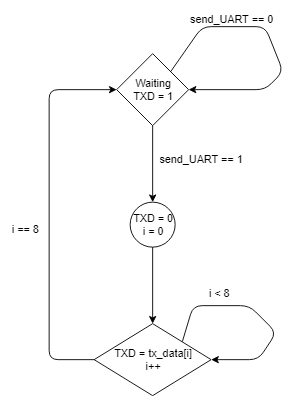
Above: state_machines/transmitter_sm.png in JesuanPeres/UART (draw.io), before the change. Source tidied: cells renumbered, new cells last; positions are measured from the earlier drawing's top-left corner, leaving out a move shared by most shapes. Source of this version:
```xml
<mxGraphModel>
  <root>
    <mxCell id="0" />
    <mxCell id="1" parent="0" />
    <mxCell id="2" value="Waiting&lt;br&gt;TXD = 1&lt;br&gt;" style="rhombus;whiteSpace=wrap;html=1;" parent="1" vertex="1">
      <mxGeometry x="118" y="48" width="80" height="80" as="geometry" />
    </mxCell>
    <mxCell id="3" value="TXD = tx_data[i]&lt;br&gt;i++&lt;br&gt;" style="rhombus;whiteSpace=wrap;html=1;" parent="1" vertex="1">
      <mxGeometry x="93" y="348" width="130" height="80" as="geometry" />
    </mxCell>
    <mxCell id="4" value="TXD = 0&lt;br&gt;i = 0&lt;br&gt;" style="ellipse;whiteSpace=wrap;html=1;" parent="1" vertex="1">
      <mxGeometry x="133" y="213" width="50" height="50" as="geometry" />
    </mxCell>
    <mxCell id="5" style="endArrow=classic;html=1;exitX=0.5;exitY=1;exitDx=0;exitDy=0;entryX=0.5;entryY=0;entryDx=0;entryDy=0;" parent="1" edge="1" source="2" target="4">
      <mxGeometry relative="1" as="geometry" />
    </mxCell>
    <mxCell id="6" style="endArrow=classic;html=1;exitX=0.5;exitY=1;exitDx=0;exitDy=0;entryX=0.5;entryY=0;entryDx=0;entryDy=0;" parent="1" edge="1" source="4" target="3">
      <mxGeometry relative="1" as="geometry" />
    </mxCell>
    <mxCell id="7" style="endArrow=classic;html=1;exitX=1;exitY=0;exitDx=0;exitDy=0;entryX=1;entryY=0.5;entryDx=0;entryDy=0;" parent="1" edge="1" source="2" target="2">
      <mxGeometry relative="1" as="geometry">
        <Array as="points">
          <mxPoint x="213" y="18" />
          <mxPoint x="283" y="18" />
          <mxPoint x="303" y="68" />
          <mxPoint x="283" y="88" />
        </Array>
      </mxGeometry>
    </mxCell>
    <mxCell id="8" style="endArrow=classic;html=1;exitX=1;exitY=0;exitDx=0;exitDy=0;entryX=1;entryY=0.5;entryDx=0;entryDy=0;" parent="1" edge="1" source="3" target="3">
      <mxGeometry relative="1" as="geometry">
        <Array as="points">
          <mxPoint x="203" y="328" />
          <mxPoint x="265.5" y="328" />
          <mxPoint x="295.5" y="358" />
          <mxPoint x="275.5" y="388" />
        </Array>
      </mxGeometry>
    </mxCell>
    <mxCell id="9" style="endArrow=classic;html=1;entryX=0;entryY=0.5;entryDx=0;entryDy=0;exitX=0;exitY=0.5;exitDx=0;exitDy=0;" parent="1" edge="1" source="3" target="2">
      <mxGeometry relative="1" as="geometry">
        <Array as="points">
          <mxPoint x="43" y="388" />
          <mxPoint x="43" y="88" />
        </Array>
      </mxGeometry>
    </mxCell>
    <mxCell id="10" value="send_UART == 0&lt;br&gt;&lt;br&gt;" style="text;html=1;align=left;verticalAlign=top;spacingTop=-4;" parent="1" vertex="1">
      <mxGeometry x="198" width="110" height="30" as="geometry" />
    </mxCell>
    <mxCell id="11" value="i &amp;lt; 8" style="text;html=1;align=left;verticalAlign=top;spacingTop=-4;" parent="1" vertex="1">
      <mxGeometry x="219" y="305" width="40" height="20" as="geometry" />
    </mxCell>
    <mxCell id="12" value="i == 8" style="text;html=1;align=left;verticalAlign=top;spacingTop=-4;" parent="1" vertex="1">
      <mxGeometry y="234" width="50" height="20" as="geometry" />
    </mxCell>
    <mxCell id="13" value="send_UART == 1&lt;br&gt;&lt;br&gt;" style="text;html=1;align=left;verticalAlign=top;spacingTop=-4;" parent="1" vertex="1">
      <mxGeometry x="164" y="155.5" width="110" height="30" as="geometry" />
    </mxCell>
  </root>
</mxGraphModel>
```
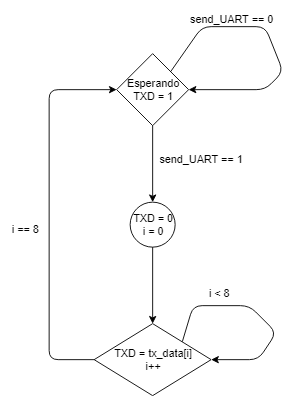
The same file after the commit.

Commit message:
Mudança de nome de estado

The edit, as a diff of the source:
```diff
@@ -2,7 +2,7 @@
   <root>
     <mxCell id="0" />
     <mxCell id="1" parent="0" />
-    <mxCell id="2" value="Waiting&lt;br&gt;TXD = 1&lt;br&gt;" style="rhombus;whiteSpace=wrap;html=1;" parent="1" vertex="1">
+    <mxCell id="2" value="Esperando&lt;br&gt;TXD = 1&lt;br&gt;" style="rhombus;whiteSpace=wrap;html=1;" parent="1" vertex="1">
       <mxGeometry x="118" y="48" width="80" height="80" as="geometry" />
     </mxCell>
     <mxCell id="3" value="TXD = tx_data[i]&lt;br&gt;i++&lt;br&gt;" style="rhombus;whiteSpace=wrap;html=1;" parent="1" vertex="1">
```
